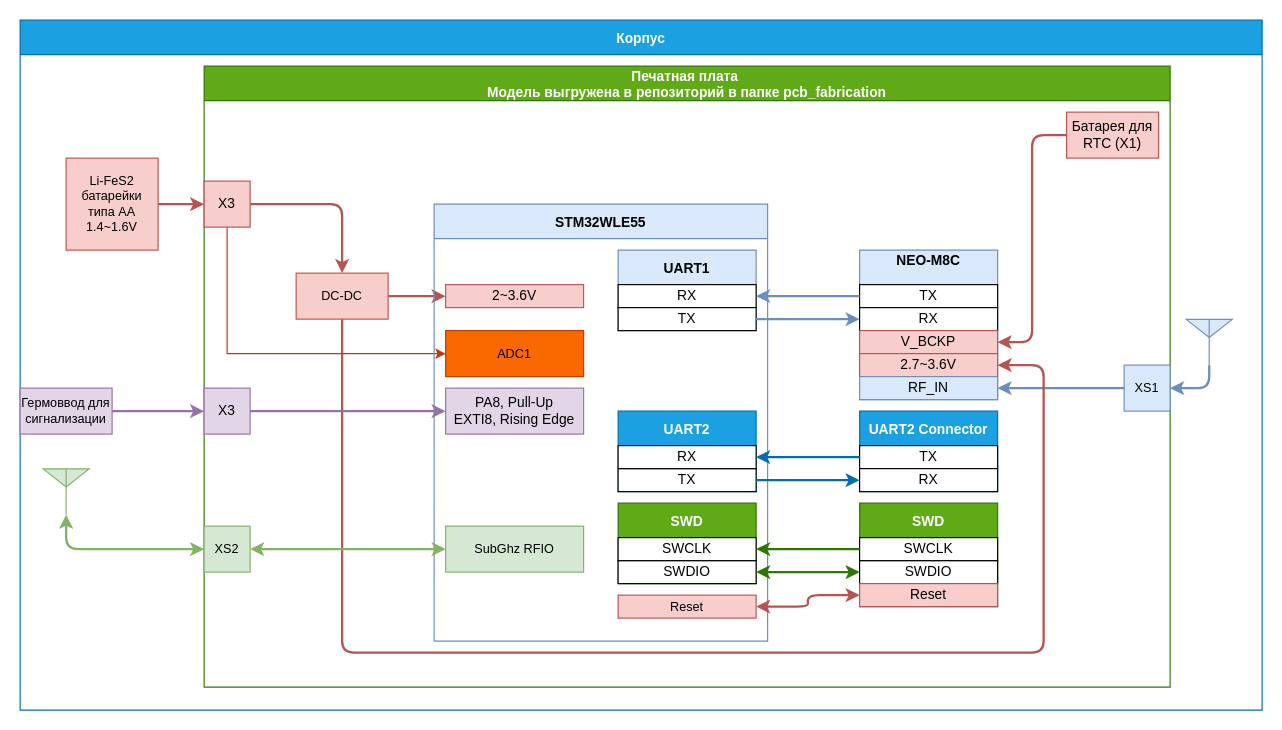
Kvenecusghost/Peggy keeps this draw.io diagram as page "v4" (1 of 2) of doc/Структурная схема Peggy Tracker.drawio. Above is the earlier version. Source tidied: cells renumbered, new cells numbered last; positions are measured from the earlier drawing's top-left corner, leaving out a move shared by most shapes. Both pictures are drawn from the tidied source at 115%, with x=0, y=0 at pixel (20, 20).
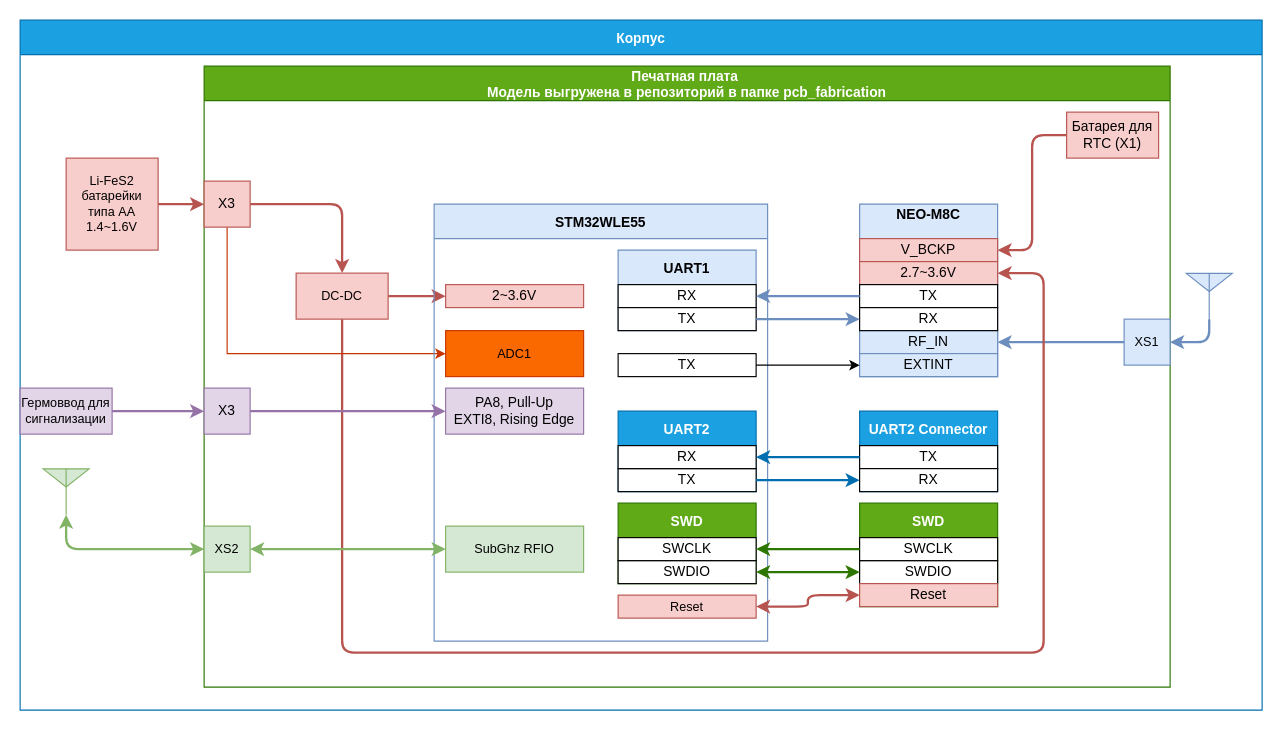
Above is the later version.

The change refers to these unchanged cells:
```xml
<mxCell id="2" value="Корпус" style="swimlane;startSize=30;fillColor=#1ba1e2;fontColor=#ffffff;strokeColor=#006EAF;" parent="1" vertex="1">
  <mxGeometry width="1080" height="600" as="geometry" />
</mxCell>
<mxCell id="3" value="Печатная плата &#10;Модель выгружена в репозиторий в папке pcb_fabrication" style="swimlane;startSize=30;fillColor=#60a917;fontColor=#ffffff;strokeColor=#2D7600;" parent="2" vertex="1">
  <mxGeometry x="160" y="40" width="840" height="540" as="geometry" />
</mxCell>
<mxCell id="7" value="DC-DC" style="rounded=0;whiteSpace=wrap;html=1;fontSize=11;fillColor=#f8cecc;strokeColor=#b85450;" parent="3" vertex="1">
  <mxGeometry x="80" y="180" width="80" height="40" as="geometry" />
</mxCell>
<mxCell id="14" value="Батарея для RTC (X1)" style="rounded=0;whiteSpace=wrap;html=1;fillColor=#f8cecc;strokeColor=#b85450;" parent="3" vertex="1">
  <mxGeometry x="750" y="40" width="80" height="40" as="geometry" />
</mxCell>
<mxCell id="15" value="STM32WLE55" style="swimlane;startSize=30;fillColor=#dae8fc;strokeColor=#6c8ebf;" parent="3" vertex="1">
  <mxGeometry x="200" y="120" width="290" height="380" as="geometry" />
</mxCell>
```

What changed in the source:
```diff
@@
     <mxCell id="6" style="edgeStyle=orthogonalEdgeStyle;rounded=1;jettySize=auto;html=1;exitX=0.5;exitY=1;exitDx=0;exitDy=0;fillColor=#f8cecc;strokeColor=#b85450;strokeWidth=2;" parent="3" edge="1" source="7" target="34">
       <mxGeometry relative="1" as="geometry">
         <Array as="points">
           <mxPoint x="120" y="510" />
           <mxPoint x="730" y="510" />
-          <mxPoint x="730" y="260" />
+          <mxPoint x="730" y="180" />
         </Array>
       </mxGeometry>
     </mxCell>
@@
     <mxCell id="11" value="&lt;font style=&quot;font-size: 11px&quot;&gt;XS1&lt;/font&gt;" style="rounded=0;whiteSpace=wrap;html=1;fontSize=11;fillColor=#dae8fc;strokeColor=#6c8ebf;" parent="3" vertex="1">
-      <mxGeometry x="800" y="260" width="40" height="40" as="geometry" />
+      <mxGeometry x="800" y="220" width="40" height="40" as="geometry" />
     </mxCell>
@@
     <mxCell id="13" style="edgeStyle=orthogonalEdgeStyle;rounded=1;jettySize=auto;html=1;exitX=0;exitY=0.5;exitDx=0;exitDy=0;fillColor=#f8cecc;strokeColor=#b85450;strokeWidth=2;" parent="3" edge="1" source="14" target="33">
       <mxGeometry relative="1" as="geometry">
         <Array as="points">
           <mxPoint x="720" y="60" />
-          <mxPoint x="720" y="240" />
+          <mxPoint x="720" y="160" />
         </Array>
       </mxGeometry>
     </mxCell>
@@
+    <mxCell id="61" value="TX" style="rounded=0;whiteSpace=wrap;html=1;" parent="15" vertex="1">
+      <mxGeometry x="160" y="130" width="120" height="20" as="geometry" />
+    </mxCell>
     <mxCell id="30" value="NEO-M8C&#10;" style="swimlane;startSize=30;fillColor=#dae8fc;strokeColor=#6c8ebf;" parent="3" vertex="1">
-      <mxGeometry x="570" y="160" width="120" height="130" as="geometry" />
+      <mxGeometry x="570" y="120" width="120" height="150" as="geometry" />
     </mxCell>
-    <mxCell id="31" value="TX" style="rounded=0;whiteSpace=wrap;html=1;" parent="30" vertex="1">
-      <mxGeometry y="30" width="120" height="20" as="geometry" />
-    </mxCell>
-    <mxCell id="32" value="RX" style="rounded=0;whiteSpace=wrap;html=1;" parent="30" vertex="1">
-      <mxGeometry y="50" width="120" height="20" as="geometry" />
-    </mxCell>
     <mxCell id="33" value="V_BCKP" style="rounded=0;whiteSpace=wrap;html=1;fillColor=#f8cecc;strokeColor=#b85450;" parent="30" vertex="1">
-      <mxGeometry y="70" width="120" height="20" as="geometry" />
+      <mxGeometry y="30" width="120" height="20" as="geometry" />
     </mxCell>
     <mxCell id="34" value="2.7~3.6V" style="rounded=0;whiteSpace=wrap;html=1;fillColor=#f8cecc;strokeColor=#b85450;" parent="30" vertex="1">
-      <mxGeometry y="90" width="120" height="20" as="geometry" />
+      <mxGeometry y="50" width="120" height="20" as="geometry" />
     </mxCell>
@@
+    <mxCell id="31" value="TX" style="rounded=0;whiteSpace=wrap;html=1;" parent="30" vertex="1">
+      <mxGeometry y="70" width="120" height="20" as="geometry" />
+    </mxCell>
+    <mxCell id="32" value="RX" style="rounded=0;whiteSpace=wrap;html=1;" parent="30" vertex="1">
+      <mxGeometry y="90" width="120" height="20" as="geometry" />
+    </mxCell>
+    <mxCell id="62" value="EXTINT" style="rounded=0;whiteSpace=wrap;html=1;fillColor=#dae8fc;strokeColor=#6c8ebf;" parent="30" vertex="1">
+      <mxGeometry y="130" width="120" height="20" as="geometry" />
+    </mxCell>
@@
+    <mxCell id="63" style="edgeStyle=orthogonalEdgeStyle;rounded=0;jettySize=auto;html=1;entryX=1;entryY=0.5;entryDx=0;entryDy=0;startArrow=classic;startFill=1;endArrow=none;endFill=0;" parent="3" edge="1" source="62" target="61">
+      <mxGeometry relative="1" as="geometry" />
+    </mxCell>
@@
     <mxCell id="54" style="verticalLabelPosition=bottom;shadow=0;dashed=0;align=center;html=1;verticalAlign=top;shape=mxgraph.electrical.radio.aerial_-_antenna_2;fontSize=11;fillColor=#dae8fc;strokeColor=#6c8ebf;" parent="2" vertex="1">
-      <mxGeometry x="1014" y="260" width="40" height="40" as="geometry" />
+      <mxGeometry x="1014" y="220" width="40" height="40" as="geometry" />
     </mxCell>
```
